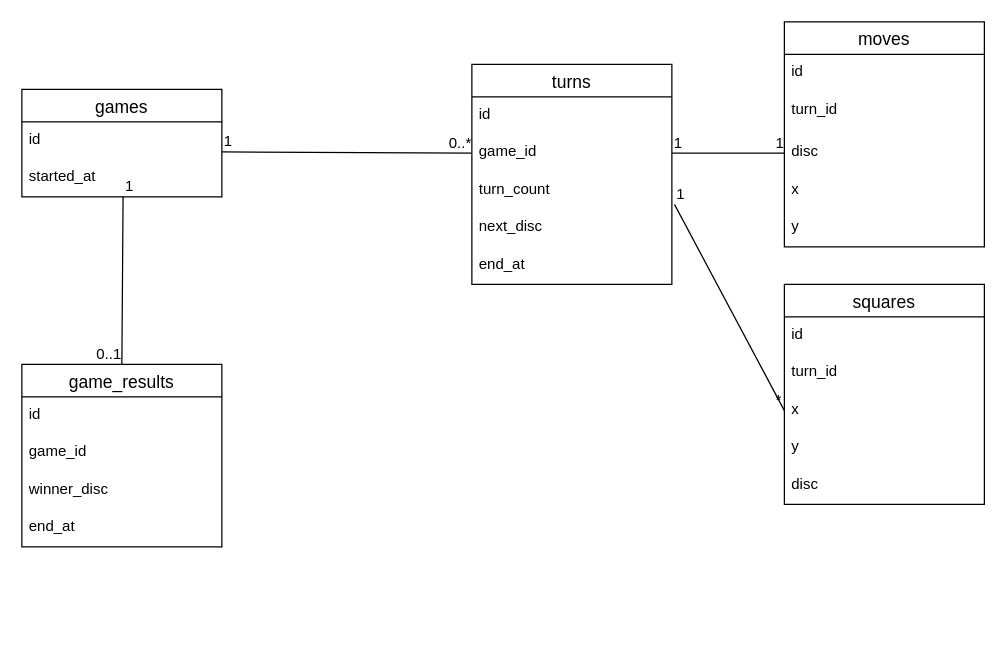
This is docs/er.drawio from arakaworld/improved-octo-pancake, a draw.io file, before an edit. Source tidied: cells renumbered, new cells numbered last; positions are measured from the earlier drawing's top-left corner, leaving out a move shared by most shapes. Both pictures are drawn from the tidied source at 125%, with x=0, y=0 at pixel (21, 21).
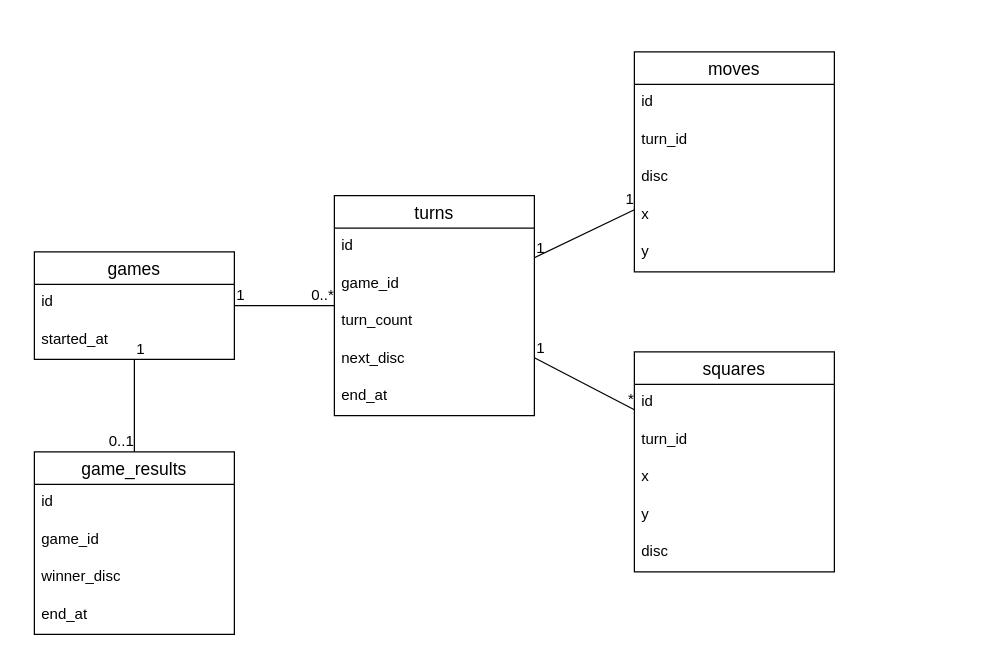
The same diagram, later.

Change to the diagram source:
```diff
@@
     <mxCell id="2" value="games" style="swimlane;fontStyle=0;horizontal=1;startSize=26;align=center;fontSize=14;" parent="1" vertex="1">
-      <mxGeometry y="54" width="160" height="86" as="geometry" />
+      <mxGeometry x="10" y="184" width="160" height="86" as="geometry" />
     </mxCell>
-    <mxCell id="3" value="id" style="text;strokeColor=none;fillColor=none;spacingLeft=4;spacingRight=4;overflow=hidden;fontSize=12;" parent="2" vertex="1">
-      <mxGeometry y="26" width="160" height="30" as="geometry" />
-    </mxCell>
-    <mxCell id="4" value="started_at" style="text;strokeColor=none;fillColor=none;spacingLeft=4;spacingRight=4;overflow=hidden;points=[[0,0.5],[1,0.5]];portConstraint=eastwest;fontSize=12;" parent="2" vertex="1">
-      <mxGeometry y="56" width="160" height="30" as="geometry" />
-    </mxCell>
-    <mxCell id="5" value="turns" style="swimlane;fontStyle=0;horizontal=1;startSize=26;align=center;fontSize=14;" parent="1" vertex="1">
-      <mxGeometry x="360" y="34" width="160" height="176" as="geometry" />
+    <mxCell id="5" value="id" style="text;strokeColor=none;fillColor=none;spacingLeft=4;spacingRight=4;overflow=hidden;fontSize=12;" parent="2" vertex="1">
+      <mxGeometry y="26" width="160" height="30" as="geometry" />
     </mxCell>
-    <mxCell id="6" value="id" style="text;strokeColor=none;fillColor=none;spacingLeft=4;spacingRight=4;overflow=hidden;fontSize=12;" parent="5" vertex="1">
-      <mxGeometry y="26" width="160" height="30" as="geometry" />
+    <mxCell id="6" value="started_at" style="text;strokeColor=none;fillColor=none;spacingLeft=4;spacingRight=4;overflow=hidden;fontSize=12;" parent="2" vertex="1">
+      <mxGeometry y="56" width="160" height="30" as="geometry" />
     </mxCell>
+    <mxCell id="8" value="turns" style="swimlane;fontStyle=0;horizontal=1;startSize=26;align=center;fontSize=14;" parent="1" vertex="1">
+      <mxGeometry x="250" y="139" width="160" height="176" as="geometry" />
+    </mxCell>
+    <mxCell id="10" value="id" style="text;strokeColor=none;fillColor=none;spacingLeft=4;spacingRight=4;overflow=hidden;fontSize=12;" parent="8" vertex="1">
+      <mxGeometry y="26" width="160" height="30" as="geometry" />
+    </mxCell>
-    <mxCell id="7" value="game_id" style="text;strokeColor=none;fillColor=none;spacingLeft=4;spacingRight=4;overflow=hidden;points=[[0,0.5],[1,0.5]];portConstraint=eastwest;fontSize=12;" parent="5" vertex="1">
+    <mxCell id="7" value="game_id" style="text;strokeColor=none;fillColor=none;spacingLeft=4;spacingRight=4;overflow=hidden;points=[[0,0.5],[1,0.5]];portConstraint=eastwest;fontSize=12;" parent="8" vertex="1">
       <mxGeometry y="56" width="160" height="30" as="geometry" />
     </mxCell>
-    <mxCell id="8" value="turn_count" style="text;strokeColor=none;fillColor=none;spacingLeft=4;spacingRight=4;overflow=hidden;points=[[0,0.5],[1,0.5]];portConstraint=eastwest;fontSize=12;" parent="5" vertex="1">
-      <mxGeometry y="86" width="160" height="30" as="geometry" />
-    </mxCell>
-    <mxCell id="9" value="next_disc" style="text;strokeColor=none;fillColor=none;spacingLeft=4;spacingRight=4;overflow=hidden;fontSize=12;" parent="5" vertex="1">
-      <mxGeometry y="116" width="160" height="30" as="geometry" />
-    </mxCell>
-    <mxCell id="10" value="end_at" style="text;strokeColor=none;fillColor=none;spacingLeft=4;spacingRight=4;overflow=hidden;fontSize=12;" parent="5" vertex="1">
-      <mxGeometry y="146" width="160" height="30" as="geometry" />
-    </mxCell>
+    <mxCell id="40" value="turn_count" style="text;strokeColor=none;fillColor=none;spacingLeft=4;spacingRight=4;overflow=hidden;fontSize=12;" parent="8" vertex="1">
+      <mxGeometry y="86" width="160" height="30" as="geometry" />
+    </mxCell>
+    <mxCell id="32" value="next_disc" style="text;strokeColor=none;fillColor=none;spacingLeft=4;spacingRight=4;overflow=hidden;points=[[0,0.5],[1,0.5]];portConstraint=eastwest;fontSize=12;" parent="8" vertex="1">
+      <mxGeometry y="116" width="160" height="30" as="geometry" />
+    </mxCell>
+    <mxCell id="41" value="end_at" style="text;strokeColor=none;fillColor=none;spacingLeft=4;spacingRight=4;overflow=hidden;fontSize=12;" parent="8" vertex="1">
+      <mxGeometry y="146" width="160" height="30" as="geometry" />
+    </mxCell>
-    <mxCell id="11" style="endArrow=none;html=1;rounded=0;entryX=0;entryY=0.5;entryDx=0;entryDy=0;" parent="1" edge="1" target="7">
-      <mxGeometry relative="1" as="geometry">
-        <mxPoint x="160" y="104" as="sourcePoint" />
-      </mxGeometry>
+    <mxCell id="11" style="endArrow=none;html=1;rounded=0;" parent="1" edge="1" source="2" target="8">
+      <mxGeometry relative="1" as="geometry" />
     </mxCell>
@@
     <mxCell id="14" value="moves" style="swimlane;fontStyle=0;horizontal=1;startSize=26;align=center;fontSize=14;" parent="1" vertex="1">
-      <mxGeometry x="610" width="160" height="180" as="geometry" />
+      <mxGeometry x="490" y="24" width="160" height="176" as="geometry" />
     </mxCell>
@@
     <mxCell id="16" value="turn_id" style="text;strokeColor=none;fillColor=none;spacingLeft=4;spacingRight=4;overflow=hidden;fontSize=12;" parent="14" vertex="1">
-      <mxGeometry y="56" width="160" height="34" as="geometry" />
+      <mxGeometry y="56" width="160" height="30" as="geometry" />
     </mxCell>
     <mxCell id="17" value="disc" style="text;strokeColor=none;fillColor=none;spacingLeft=4;spacingRight=4;overflow=hidden;points=[[0,0.5],[1,0.5]];portConstraint=eastwest;fontSize=12;" parent="14" vertex="1">
-      <mxGeometry y="90" width="160" height="30" as="geometry" />
+      <mxGeometry y="86" width="160" height="30" as="geometry" />
     </mxCell>
     <mxCell id="18" value="x" style="text;strokeColor=none;fillColor=none;spacingLeft=4;spacingRight=4;overflow=hidden;fontSize=12;" parent="14" vertex="1">
-      <mxGeometry y="120" width="160" height="30" as="geometry" />
+      <mxGeometry y="116" width="160" height="30" as="geometry" />
     </mxCell>
     <mxCell id="19" value="y" style="text;strokeColor=none;fillColor=none;spacingLeft=4;spacingRight=4;overflow=hidden;fontSize=12;" parent="14" vertex="1">
-      <mxGeometry y="150" width="160" height="30" as="geometry" />
+      <mxGeometry y="146" width="160" height="30" as="geometry" />
     </mxCell>
-    <mxCell id="20" style="endArrow=none;html=1;rounded=0;exitX=1;exitY=0.5;exitDx=0;exitDy=0;entryX=0;entryY=0.5;entryDx=0;entryDy=0;" parent="1" edge="1" source="7" target="17">
-      <mxGeometry relative="1" as="geometry" />
-    </mxCell>
-    <mxCell id="21" value="1" style="html=1;align=left;verticalAlign=bottom;" parent="20" vertex="1">
-      <mxGeometry x="-1" relative="1" as="geometry" />
+    <mxCell id="21" value="squares" style="swimlane;fontStyle=0;horizontal=1;startSize=26;align=center;fontSize=14;" parent="1" vertex="1">
+      <mxGeometry x="490" y="264" width="160" height="176" as="geometry" />
     </mxCell>
-    <mxCell id="22" value="1" style="html=1;align=right;verticalAlign=bottom;" parent="20" vertex="1">
-      <mxGeometry x="1" relative="1" as="geometry" />
+    <mxCell id="22" value="id" style="text;strokeColor=none;fillColor=none;spacingLeft=4;spacingRight=4;overflow=hidden;fontSize=12;" parent="21" vertex="1">
+      <mxGeometry y="26" width="160" height="30" as="geometry" />
     </mxCell>
-    <mxCell id="23" value="squares" style="swimlane;fontStyle=0;horizontal=1;startSize=26;align=center;fontSize=14;" parent="1" vertex="1">
-      <mxGeometry x="610" y="210" width="160" height="176" as="geometry" />
+    <mxCell id="23" value="turn_id" style="text;strokeColor=none;fillColor=none;spacingLeft=4;spacingRight=4;overflow=hidden;fontSize=12;" parent="21" vertex="1">
+      <mxGeometry y="56" width="160" height="30" as="geometry" />
     </mxCell>
-    <mxCell id="24" value="id" style="text;strokeColor=none;fillColor=none;spacingLeft=4;spacingRight=4;overflow=hidden;fontSize=12;" parent="23" vertex="1">
-      <mxGeometry y="26" width="160" height="30" as="geometry" />
+    <mxCell id="24" value="x" style="text;strokeColor=none;fillColor=none;spacingLeft=4;spacingRight=4;overflow=hidden;fontSize=12;" parent="21" vertex="1">
+      <mxGeometry y="86" width="160" height="30" as="geometry" />
     </mxCell>
-    <mxCell id="25" value="turn_id" style="text;strokeColor=none;fillColor=none;spacingLeft=4;spacingRight=4;overflow=hidden;fontSize=12;" parent="23" vertex="1">
-      <mxGeometry y="56" width="160" height="30" as="geometry" />
+    <mxCell id="25" value="y" style="text;strokeColor=none;fillColor=none;spacingLeft=4;spacingRight=4;overflow=hidden;fontSize=12;" parent="21" vertex="1">
+      <mxGeometry y="116" width="160" height="30" as="geometry" />
     </mxCell>
-    <mxCell id="26" value="x" style="text;strokeColor=none;fillColor=none;spacingLeft=4;spacingRight=4;overflow=hidden;points=[[0,0.5],[1,0.5]];portConstraint=eastwest;fontSize=12;" parent="23" vertex="1">
-      <mxGeometry y="86" width="160" height="30" as="geometry" />
+    <mxCell id="26" value="disc" style="text;strokeColor=none;fillColor=none;spacingLeft=4;spacingRight=4;overflow=hidden;points=[[0,0.5],[1,0.5]];portConstraint=eastwest;fontSize=12;" parent="21" vertex="1">
+      <mxGeometry y="146" width="160" height="30" as="geometry" />
     </mxCell>
-    <mxCell id="27" value="y" style="text;strokeColor=none;fillColor=none;spacingLeft=4;spacingRight=4;overflow=hidden;points=[[0,0.5],[1,0.5]];portConstraint=eastwest;fontSize=12;" parent="23" vertex="1">
-      <mxGeometry y="116" width="160" height="30" as="geometry" />
+    <mxCell id="27" value="game_results" style="swimlane;fontStyle=0;horizontal=1;startSize=26;align=center;fontSize=14;" parent="1" vertex="1">
+      <mxGeometry x="10" y="344" width="160" height="146" as="geometry" />
     </mxCell>
-    <mxCell id="28" value="disc" style="text;strokeColor=none;fillColor=none;spacingLeft=4;spacingRight=4;overflow=hidden;fontSize=12;" parent="23" vertex="1">
-      <mxGeometry y="146" width="160" height="30" as="geometry" />
+    <mxCell id="28" value="id" style="text;strokeColor=none;fillColor=none;spacingLeft=4;spacingRight=4;overflow=hidden;fontSize=12;" parent="27" vertex="1">
+      <mxGeometry y="26" width="160" height="30" as="geometry" />
     </mxCell>
-    <mxCell id="29" style="endArrow=none;html=1;rounded=0;entryX=0;entryY=0.5;entryDx=0;entryDy=0;exitX=1.013;exitY=0.867;exitDx=0;exitDy=0;exitPerimeter=0;" parent="1" edge="1" source="8" target="26">
-      <mxGeometry relative="1" as="geometry" />
+    <mxCell id="29" value="game_id" style="text;strokeColor=none;fillColor=none;spacingLeft=4;spacingRight=4;overflow=hidden;fontSize=12;" parent="27" vertex="1">
+      <mxGeometry y="56" width="160" height="30" as="geometry" />
     </mxCell>
-    <mxCell id="30" value="1" style="html=1;align=left;verticalAlign=bottom;" parent="29" vertex="1">
-      <mxGeometry x="-1" relative="1" as="geometry" />
+    <mxCell id="30" value="winner_disc" style="text;strokeColor=none;fillColor=none;spacingLeft=4;spacingRight=4;overflow=hidden;fontSize=12;" parent="27" vertex="1">
+      <mxGeometry y="86" width="160" height="30" as="geometry" />
     </mxCell>
-    <mxCell id="31" value="*" style="html=1;align=right;verticalAlign=bottom;" parent="29" vertex="1">
-      <mxGeometry x="1" relative="1" as="geometry">
-        <mxPoint x="-2" as="offset" />
-      </mxGeometry>
+    <mxCell id="31" value="end_at" style="text;strokeColor=none;fillColor=none;spacingLeft=4;spacingRight=4;overflow=hidden;fontSize=12;" parent="27" vertex="1">
+      <mxGeometry y="116" width="160" height="30" as="geometry" />
     </mxCell>
-    <mxCell id="32" value="game_results" style="swimlane;fontStyle=0;horizontal=1;startSize=26;align=center;fontSize=14;" parent="1" vertex="1">
-      <mxGeometry y="274" width="160" height="146" as="geometry" />
-    </mxCell>
-    <mxCell id="33" value="id" style="text;strokeColor=none;fillColor=none;spacingLeft=4;spacingRight=4;overflow=hidden;fontSize=12;" parent="32" vertex="1">
-      <mxGeometry y="26" width="160" height="30" as="geometry" />
+    <mxCell id="33" style="endArrow=none;html=1;rounded=0;" parent="1" edge="1" source="8" target="14">
+      <mxGeometry relative="1" as="geometry" />
     </mxCell>
-    <mxCell id="34" value="game_id" style="text;strokeColor=none;fillColor=none;spacingLeft=4;spacingRight=4;overflow=hidden;fontSize=12;" parent="32" vertex="1">
-      <mxGeometry y="56" width="160" height="30" as="geometry" />
+    <mxCell id="34" value="1" style="html=1;align=left;verticalAlign=bottom;" parent="33" vertex="1">
+      <mxGeometry x="-1" relative="1" as="geometry" />
     </mxCell>
-    <mxCell id="35" value="winner_disc" style="text;strokeColor=none;fillColor=none;spacingLeft=4;spacingRight=4;overflow=hidden;fontSize=12;" parent="32" vertex="1">
-      <mxGeometry y="86" width="160" height="30" as="geometry" />
+    <mxCell id="35" value="1" style="html=1;align=right;verticalAlign=bottom;" parent="33" vertex="1">
+      <mxGeometry x="1" relative="1" as="geometry" />
     </mxCell>
-    <mxCell id="36" value="end_at" style="text;strokeColor=none;fillColor=none;spacingLeft=4;spacingRight=4;overflow=hidden;fontSize=12;" parent="32" vertex="1">
-      <mxGeometry y="116" width="160" height="30" as="geometry" />
+    <mxCell id="36" style="endArrow=none;html=1;rounded=0;" parent="1" edge="1" source="8" target="21">
+      <mxGeometry relative="1" as="geometry" />
     </mxCell>
-    <mxCell id="37" style="endArrow=none;html=1;rounded=0;entryX=0.5;entryY=0;entryDx=0;entryDy=0;exitX=0.506;exitY=1;exitDx=0;exitDy=0;exitPerimeter=0;" parent="1" edge="1" source="4" target="32">
-      <mxGeometry relative="1" as="geometry" />
+    <mxCell id="37" value="1" style="html=1;align=left;verticalAlign=bottom;" parent="36" vertex="1">
+      <mxGeometry x="-1" relative="1" as="geometry" />
     </mxCell>
-    <mxCell id="38" value="1" style="html=1;align=left;verticalAlign=bottom;" parent="37" vertex="1">
-      <mxGeometry x="-1" relative="1" as="geometry" />
+    <mxCell id="38" value="*" style="html=1;align=right;verticalAlign=bottom;" parent="36" vertex="1">
+      <mxGeometry x="1" relative="1" as="geometry" />
     </mxCell>
-    <mxCell id="39" value="0..1" style="html=1;align=right;verticalAlign=bottom;" parent="37" vertex="1">
-      <mxGeometry x="1" relative="1" as="geometry" />
+    <mxCell id="39" style="endArrow=none;html=1;rounded=0;" parent="1" edge="1" source="2" target="27">
+      <mxGeometry relative="1" as="geometry" />
     </mxCell>
+    <mxCell id="9" value="1" style="html=1;align=left;verticalAlign=bottom;" parent="39" vertex="1">
+      <mxGeometry x="-1" relative="1" as="geometry" />
+    </mxCell>
+    <mxCell id="42" value="0..1" style="html=1;align=right;verticalAlign=bottom;" parent="39" vertex="1">
+      <mxGeometry x="1" relative="1" as="geometry" />
+    </mxCell>
```
